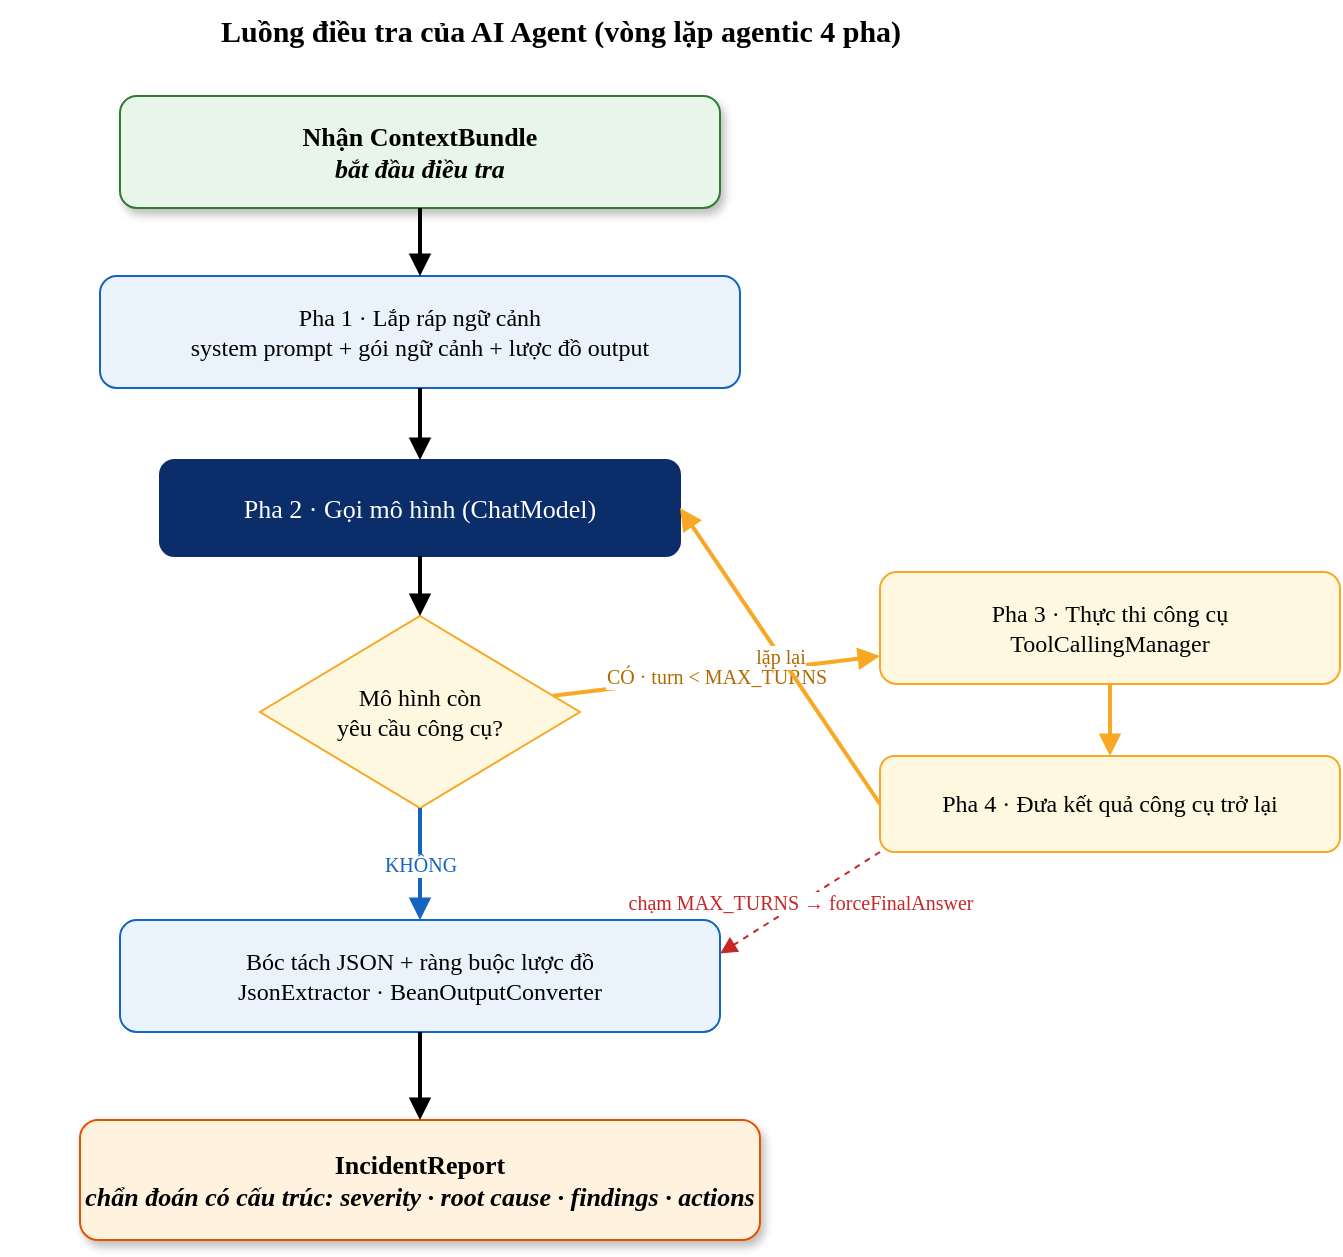
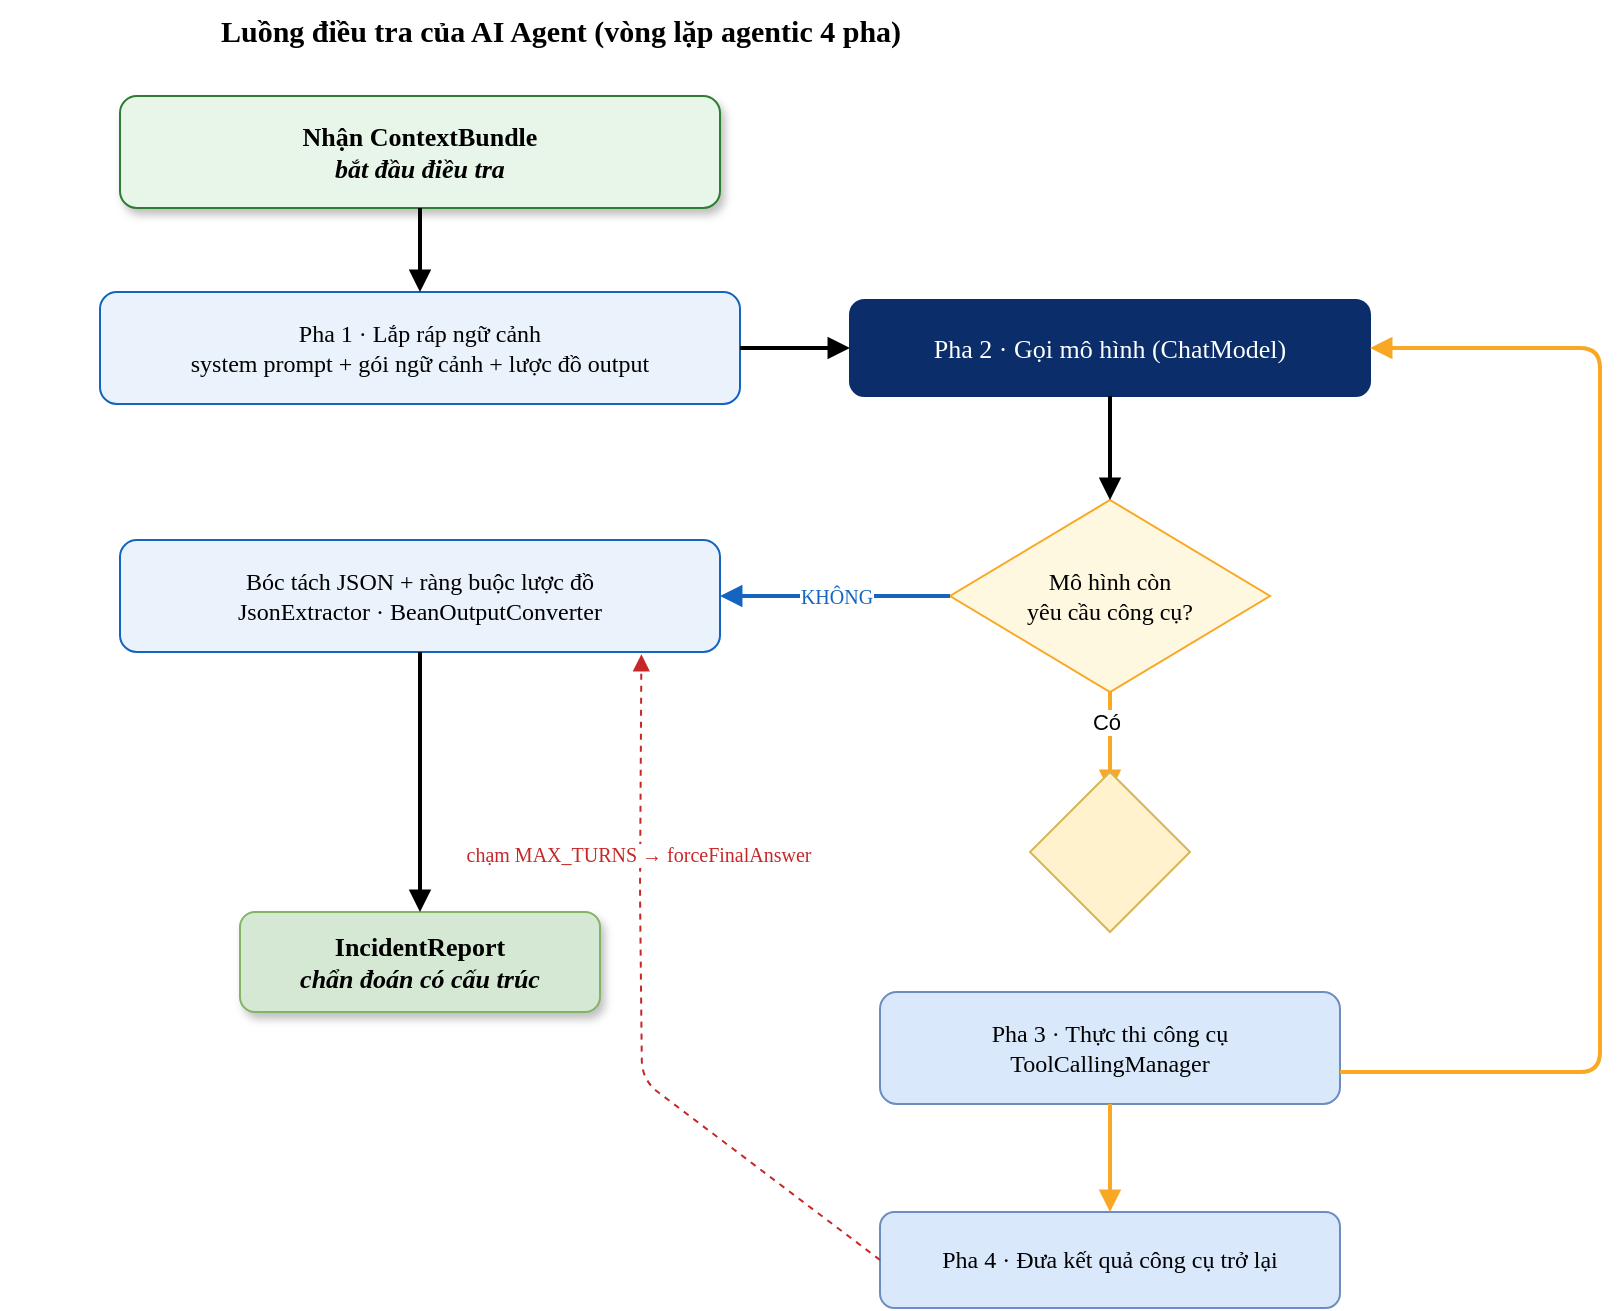
- <mxfile host="app.diagrams.net" version="24.0.0">
+ <mxfile host="app.diagrams.net">
  <diagram name="Luong AI Agent dieu tra" id="agent-flow">
-     <mxGraphModel dx="900" dy="700" grid="1" gridSize="10" guides="1" tooltips="1" connect="1" arrows="1" fold="1" page="1" pageScale="1" pageWidth="840" pageHeight="720" math="0" shadow="0">
+     <mxGraphModel dx="1212" dy="661" grid="1" gridSize="10" guides="1" tooltips="1" connect="1" arrows="1" fold="1" page="1" pageScale="1" pageWidth="840" pageHeight="720" math="0" shadow="0">
      <root>
        <mxCell id="0" />
        <mxCell id="1" parent="0" />
- 
-         <mxCell id="title" value="Luồng điều tra của AI Agent (vòng lặp agentic 4 pha)" style="text;html=1;fontStyle=1;fontSize=15;align=center;fontFamily=Verdana;" vertex="1" parent="1">
-           <mxGeometry x="120" y="14" width="560" height="30" as="geometry" />
+         <mxCell id="title" parent="1" style="text;html=1;fontStyle=1;fontSize=15;align=center;fontFamily=Verdana;" value="Luồng điều tra của AI Agent (vòng lặp agentic 4 pha)" vertex="1">
+           <mxGeometry height="30" width="560" x="120" y="14" as="geometry" />
        </mxCell>
- 
-         <mxCell id="start" value="Nhận ContextBundle&lt;br&gt;&lt;i&gt;bắt đầu điều tra&lt;/i&gt;" style="rounded=1;whiteSpace=wrap;html=1;fillColor=#E8F5E9;strokeColor=#2E7D32;fontSize=13;fontStyle=1;fontFamily=Verdana;shadow=1;" vertex="1" parent="1">
-           <mxGeometry x="180" y="62" width="300" height="56" as="geometry" />
+         <mxCell id="start" parent="1" style="rounded=1;whiteSpace=wrap;html=1;fillColor=#E8F5E9;strokeColor=#2E7D32;fontSize=13;fontStyle=1;fontFamily=Verdana;shadow=1;" value="Nhận ContextBundle&lt;br&gt;&lt;i&gt;bắt đầu điều tra&lt;/i&gt;" vertex="1">
+           <mxGeometry height="56" width="300" x="180" y="62" as="geometry" />
        </mxCell>
- 
-         <mxCell id="p1" value="Pha 1 · Lắp ráp ngữ cảnh&lt;br&gt;system prompt + gói ngữ cảnh + lược đồ output" style="rounded=1;whiteSpace=wrap;html=1;fillColor=#EAF2FB;strokeColor=#1565C0;fontSize=12;fontFamily=Verdana;" vertex="1" parent="1">
-           <mxGeometry x="170" y="152" width="320" height="56" as="geometry" />
+         <mxCell id="p1" parent="1" style="rounded=1;whiteSpace=wrap;html=1;fillColor=#EAF2FB;strokeColor=#1565C0;fontSize=12;fontFamily=Verdana;" value="Pha 1 · Lắp ráp ngữ cảnh&lt;br&gt;system prompt + gói ngữ cảnh + lược đồ output" vertex="1">
+           <mxGeometry height="56" width="320" x="170" y="160" as="geometry" />
        </mxCell>
- 
-         <mxCell id="p2" value="Pha 2 · Gọi mô hình (ChatModel)" style="rounded=1;whiteSpace=wrap;html=1;fillColor=#0B2E6B;fontColor=#FFFFFF;strokeColor=#0B2E6B;fontSize=13;fontFamily=Verdana;" vertex="1" parent="1">
-           <mxGeometry x="200" y="244" width="260" height="48" as="geometry" />
+         <mxCell id="p2" parent="1" style="rounded=1;whiteSpace=wrap;html=1;fillColor=#0B2E6B;fontColor=#FFFFFF;strokeColor=#0B2E6B;fontSize=13;fontFamily=Verdana;" value="Pha 2 · Gọi mô hình (ChatModel)" vertex="1">
+           <mxGeometry height="48" width="260" x="545" y="164" as="geometry" />
        </mxCell>
- 
-         <mxCell id="dia" value="Mô hình còn&lt;br&gt;yêu cầu công cụ?" style="rhombus;whiteSpace=wrap;html=1;fillColor=#FFF8E1;strokeColor=#F9A825;fontSize=12;fontFamily=Verdana;" vertex="1" parent="1">
-           <mxGeometry x="250" y="322" width="160" height="96" as="geometry" />
+         <mxCell id="dia" parent="1" style="rhombus;whiteSpace=wrap;html=1;fillColor=#FFF8E1;strokeColor=#F9A825;fontSize=12;fontFamily=Verdana;" value="Mô hình còn&lt;br&gt;yêu cầu công cụ?" vertex="1">
+           <mxGeometry height="96" width="160" x="595" y="264" as="geometry" />
        </mxCell>
- 
-         <mxCell id="p3" value="Pha 3 · Thực thi công cụ&lt;br&gt;ToolCallingManager" style="rounded=1;whiteSpace=wrap;html=1;fillColor=#FFF8E1;strokeColor=#F9A825;fontSize=12;fontFamily=Verdana;" vertex="1" parent="1">
-           <mxGeometry x="560" y="300" width="230" height="56" as="geometry" />
+         <mxCell id="p3" parent="1" style="rounded=1;whiteSpace=wrap;html=1;fillColor=#dae8fc;strokeColor=#6c8ebf;fontSize=12;fontFamily=Verdana;" value="Pha 3 · Thực thi công cụ&lt;br&gt;ToolCallingManager" vertex="1">
+           <mxGeometry height="56" width="230" x="560" y="510" as="geometry" />
        </mxCell>
-         <mxCell id="p4" value="Pha 4 · Đưa kết quả công cụ trở lại" style="rounded=1;whiteSpace=wrap;html=1;fillColor=#FFF8E1;strokeColor=#F9A825;fontSize=12;fontFamily=Verdana;" vertex="1" parent="1">
-           <mxGeometry x="560" y="392" width="230" height="48" as="geometry" />
+         <mxCell id="p4" parent="1" style="rounded=1;whiteSpace=wrap;html=1;fillColor=#dae8fc;strokeColor=#6c8ebf;fontSize=12;fontFamily=Verdana;" value="Pha 4 · Đưa kết quả công cụ trở lại" vertex="1">
+           <mxGeometry height="48" width="230" x="560" y="620" as="geometry" />
        </mxCell>
- 
-         <mxCell id="parse" value="Bóc tách JSON + ràng buộc lược đồ&lt;br&gt;JsonExtractor · BeanOutputConverter" style="rounded=1;whiteSpace=wrap;html=1;fillColor=#EAF2FB;strokeColor=#1565C0;fontSize=12;fontFamily=Verdana;" vertex="1" parent="1">
-           <mxGeometry x="180" y="474" width="300" height="56" as="geometry" />
+         <mxCell id="parse" parent="1" style="rounded=1;whiteSpace=wrap;html=1;fillColor=#EAF2FB;strokeColor=#1565C0;fontSize=12;fontFamily=Verdana;" value="Bóc tách JSON + ràng buộc lược đồ&lt;br&gt;JsonExtractor · BeanOutputConverter" vertex="1">
+           <mxGeometry height="56" width="300" x="180" y="284" as="geometry" />
        </mxCell>
- 
-         <mxCell id="end" value="IncidentReport&lt;br&gt;&lt;i&gt;chẩn đoán có cấu trúc: severity · root cause · findings · actions&lt;/i&gt;" style="rounded=1;whiteSpace=wrap;html=1;fillColor=#FFF3E0;strokeColor=#E65100;fontSize=13;fontStyle=1;fontFamily=Verdana;shadow=1;" vertex="1" parent="1">
-           <mxGeometry x="160" y="574" width="340" height="60" as="geometry" />
+         <mxCell id="end" parent="1" style="rounded=1;whiteSpace=wrap;html=1;fillColor=#d5e8d4;strokeColor=#82b366;fontSize=13;fontStyle=1;fontFamily=Verdana;shadow=1;" value="IncidentReport&lt;br&gt;&lt;i&gt;chẩn đoán có cấu trúc&lt;/i&gt;" vertex="1">
+           <mxGeometry height="50" width="180" x="240" y="470" as="geometry" />
        </mxCell>
- 
-         <mxCell id="ea" style="endArrow=block;html=1;strokeWidth=2;fontFamily=Verdana;" edge="1" parent="1" source="start" target="p1"><mxGeometry relative="1" as="geometry" /></mxCell>
-         <mxCell id="eb" style="endArrow=block;html=1;strokeWidth=2;fontFamily=Verdana;" edge="1" parent="1" source="p1" target="p2"><mxGeometry relative="1" as="geometry" /></mxCell>
-         <mxCell id="ec" style="endArrow=block;html=1;strokeWidth=2;fontFamily=Verdana;" edge="1" parent="1" source="p2" target="dia"><mxGeometry relative="1" as="geometry" /></mxCell>
- 
-         <mxCell id="ed" value="CÓ · turn &lt; MAX_TURNS" style="endArrow=block;html=1;strokeColor=#F9A825;strokeWidth=2;fontColor=#B26A00;fontSize=10;fontFamily=Verdana;" edge="1" parent="1" source="dia" target="p3"><mxGeometry relative="1" as="geometry" /></mxCell>
-         <mxCell id="ee" style="endArrow=block;html=1;strokeColor=#F9A825;strokeWidth=2;fontFamily=Verdana;" edge="1" parent="1" source="p3" target="p4"><mxGeometry relative="1" as="geometry" /></mxCell>
-         <mxCell id="ef" value="lặp lại" style="endArrow=block;html=1;strokeColor=#F9A825;strokeWidth=2;fontColor=#B26A00;fontSize=10;fontFamily=Verdana;exitX=0;exitY=0.5;entryX=1;entryY=0.5;" edge="1" parent="1" source="p4" target="p2"><mxGeometry relative="1" as="geometry" /></mxCell>
- 
-         <mxCell id="eg" value="KHÔNG" style="endArrow=block;html=1;strokeColor=#1565C0;strokeWidth=2;fontColor=#1565C0;fontSize=10;fontFamily=Verdana;" edge="1" parent="1" source="dia" target="parse"><mxGeometry relative="1" as="geometry" /></mxCell>
-         <mxCell id="eh" style="endArrow=block;html=1;strokeWidth=2;fontFamily=Verdana;" edge="1" parent="1" source="parse" target="end"><mxGeometry relative="1" as="geometry" /></mxCell>
- 
-         <mxCell id="emax" value="chạm MAX_TURNS → forceFinalAnswer" style="endArrow=block;html=1;dashed=1;strokeColor=#C62828;strokeWidth=1;fontColor=#C62828;fontSize=10;fontFamily=Verdana;exitX=0;exitY=1;entryX=1;entryY=0.3;" edge="1" parent="1" source="p4" target="parse"><mxGeometry relative="1" as="geometry" /></mxCell>
+         <mxCell id="ea" edge="1" parent="1" source="start" style="endArrow=block;html=1;strokeWidth=2;fontFamily=Verdana;" target="p1">
+           <mxGeometry relative="1" as="geometry" />
+         </mxCell>
+         <mxCell id="eb" edge="1" parent="1" source="p1" style="endArrow=block;html=1;strokeWidth=2;fontFamily=Verdana;" target="p2">
+           <mxGeometry relative="1" as="geometry" />
+         </mxCell>
+         <mxCell id="ec" edge="1" parent="1" source="p2" style="endArrow=block;html=1;strokeWidth=2;fontFamily=Verdana;" target="dia">
+           <mxGeometry relative="1" as="geometry" />
+         </mxCell>
+         <mxCell id="ed" edge="1" parent="1" source="dia" style="endArrow=block;html=1;strokeColor=#F9A825;strokeWidth=2;fontColor=#B26A00;fontSize=10;fontFamily=Verdana;" value="">
+           <mxGeometry relative="1" as="geometry">
+             <mxPoint x="675" y="410" as="targetPoint" />
+           </mxGeometry>
+         </mxCell>
+         <mxCell id="gKUqy2RtlG2etuUJdbn2-2" connectable="0" parent="ed" style="edgeLabel;html=1;align=center;verticalAlign=middle;resizable=0;points=[];" value="Có" vertex="1">
+           <mxGeometry relative="1" x="-0.4282" y="-2" as="geometry">
+             <mxPoint as="offset" />
+           </mxGeometry>
+         </mxCell>
+         <mxCell id="ee" edge="1" parent="1" source="p3" style="endArrow=block;html=1;strokeColor=#F9A825;strokeWidth=2;fontFamily=Verdana;" target="p4">
+           <mxGeometry relative="1" as="geometry" />
+         </mxCell>
+         <mxCell id="ef" edge="1" parent="1" style="endArrow=block;html=1;strokeColor=#F9A825;strokeWidth=2;fontColor=#B26A00;fontSize=10;fontFamily=Verdana;entryX=1;entryY=0.5;entryDx=0;entryDy=0;" target="p2" value="">
+           <mxGeometry relative="1" x="-0.042" y="-23" as="geometry">
+             <mxPoint as="offset" />
+             <Array as="points">
+               <mxPoint x="850" y="550" />
+               <mxPoint x="920" y="550" />
+               <mxPoint x="920" y="380" />
+               <mxPoint x="920" y="188" />
+             </Array>
+             <mxPoint x="790" y="550" as="sourcePoint" />
+             <mxPoint x="1035" y="188" as="targetPoint" />
+           </mxGeometry>
+         </mxCell>
+         <mxCell id="eg" edge="1" parent="1" source="dia" style="endArrow=block;html=1;strokeColor=#1565C0;strokeWidth=2;fontColor=#1565C0;fontSize=10;fontFamily=Verdana;" target="parse" value="KHÔNG">
+           <mxGeometry relative="1" as="geometry" />
+         </mxCell>
+         <mxCell id="eh" edge="1" parent="1" source="parse" style="endArrow=block;html=1;strokeWidth=2;fontFamily=Verdana;" target="end">
+           <mxGeometry relative="1" as="geometry" />
+         </mxCell>
+         <mxCell id="emax" edge="1" parent="1" source="p4" style="endArrow=block;html=1;dashed=1;strokeColor=#C62828;strokeWidth=1;fontColor=#C62828;fontSize=10;fontFamily=Verdana;exitX=0;exitY=0.5;entryX=0.869;entryY=1.02;entryDx=0;entryDy=0;entryPerimeter=0;exitDx=0;exitDy=0;" target="parse" value="chạm MAX_TURNS → forceFinalAnswer">
+           <mxGeometry relative="1" x="0.4509" y="1" as="geometry">
+             <mxPoint as="offset" />
+             <Array as="points">
+               <mxPoint x="441" y="554" />
+               <mxPoint x="440" y="460" />
+             </Array>
+           </mxGeometry>
+         </mxCell>
+         <mxCell id="gKUqy2RtlG2etuUJdbn2-1" parent="1" style="rhombus;whiteSpace=wrap;html=1;fillColor=#fff2cc;strokeColor=#d6b656;" value="" vertex="1">
+           <mxGeometry height="80" width="80" x="635" y="400" as="geometry" />
+         </mxCell>
      </root>
    </mxGraphModel>
  </diagram>
</mxfile>
